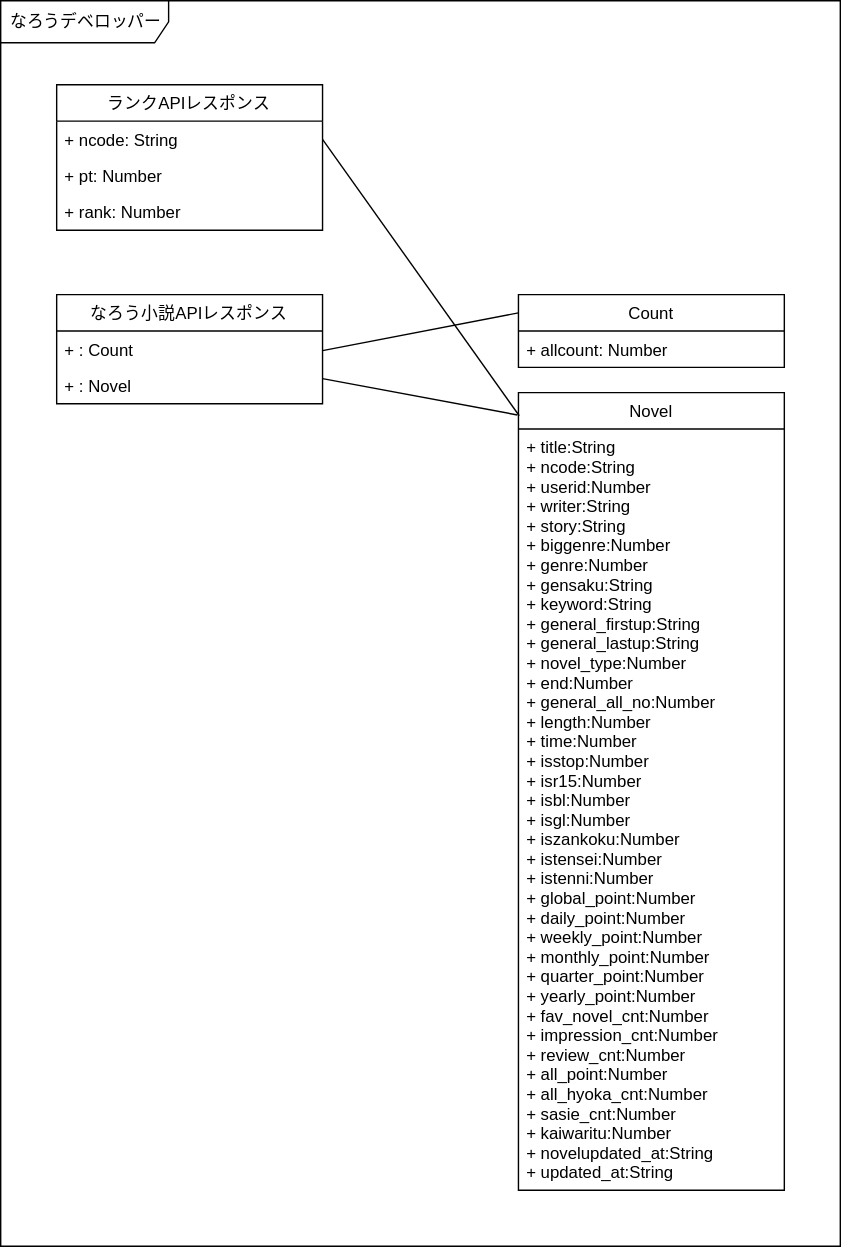
This is なろうデベロッパー.svg from k-irie/narou, a draw.io export, as it was before one commit. Source tidied: cells renumbered, new cells last; positions are measured from the earlier drawing's top-left corner, leaving out a move shared by most shapes. The source it was exported from:
```xml
<mxGraphModel>
  <root>
    <mxCell id="0" />
    <mxCell id="1" parent="0" />
    <mxCell id="2" value="なろうデベロッパー" style="shape=umlFrame;whiteSpace=wrap;html=1;width=120;height=30;boundedLbl=1;verticalAlign=middle;align=left;spacingLeft=5;" parent="1" vertex="1">
      <mxGeometry width="600" height="890" as="geometry" />
    </mxCell>
    <mxCell id="3" value="ランクAPIレスポンス" style="swimlane;fontStyle=0;horizontal=1;startSize=26;fillColor=none;" parent="1" vertex="1">
      <mxGeometry x="40" y="60" width="190" height="104" as="geometry" />
    </mxCell>
    <mxCell id="4" value="+ ncode: String" style="text;strokeColor=none;fillColor=none;align=left;verticalAlign=top;spacingLeft=4;spacingRight=4;overflow=hidden;points=[[0,0.5],[1,0.5]];portConstraint=eastwest;" parent="3" vertex="1">
      <mxGeometry y="26" width="190" height="26" as="geometry" />
    </mxCell>
    <mxCell id="5" value="+ pt: Number" style="text;strokeColor=none;fillColor=none;align=left;verticalAlign=top;spacingLeft=4;spacingRight=4;overflow=hidden;" parent="3" vertex="1">
      <mxGeometry y="52" width="190" height="26" as="geometry" />
    </mxCell>
    <mxCell id="6" value="+ rank: Number" style="text;strokeColor=none;fillColor=none;align=left;verticalAlign=top;spacingLeft=4;spacingRight=4;overflow=hidden;" parent="3" vertex="1">
      <mxGeometry y="78" width="190" height="26" as="geometry" />
    </mxCell>
    <mxCell id="7" value="なろう小説APIレスポンス" style="swimlane;fontStyle=0;horizontal=1;startSize=26;fillColor=none;" parent="1" vertex="1">
      <mxGeometry x="40" y="210" width="190" height="78" as="geometry" />
    </mxCell>
    <mxCell id="8" value="+ : Count" style="text;strokeColor=none;fillColor=none;align=left;verticalAlign=top;spacingLeft=4;spacingRight=4;overflow=hidden;points=[[0,0.5],[1,0.5]];portConstraint=eastwest;" parent="7" vertex="1">
      <mxGeometry y="26" width="190" height="26" as="geometry" />
    </mxCell>
    <mxCell id="9" value="+ : Novel" style="text;strokeColor=none;fillColor=none;align=left;verticalAlign=top;spacingLeft=4;spacingRight=4;overflow=hidden;points=[[0,0.5],[1,0.5]];portConstraint=eastwest;" parent="7" vertex="1">
      <mxGeometry y="52" width="190" height="26" as="geometry" />
    </mxCell>
    <mxCell id="10" value="Count" style="swimlane;fontStyle=0;horizontal=1;startSize=26;fillColor=none;" parent="1" vertex="1">
      <mxGeometry x="370" y="210" width="190" height="52" as="geometry" />
    </mxCell>
    <mxCell id="11" value="+ allcount: Number" style="text;strokeColor=none;fillColor=none;align=left;verticalAlign=top;spacingLeft=4;spacingRight=4;overflow=hidden;" parent="10" vertex="1">
      <mxGeometry y="26" width="190" height="26" as="geometry" />
    </mxCell>
    <mxCell id="12" value="Novel" style="swimlane;fontStyle=0;horizontal=1;startSize=26;fillColor=none;" parent="1" vertex="1">
      <mxGeometry x="370" y="280" width="190" height="570" as="geometry" />
    </mxCell>
    <mxCell id="13" value="+ title:String&#10;+ ncode:String&#10;+ userid:Number&#10;+ writer:String&#10;+ story:String&#10;+ biggenre:Number&#10;+ genre:Number&#10;+ gensaku:String&#10;+ keyword:String&#10;+ general_firstup:String&#10;+ general_lastup:String&#10;+ novel_type:Number&#10;+ end:Number&#10;+ general_all_no:Number&#10;+ length:Number&#10;+ time:Number&#10;+ isstop:Number&#10;+ isr15:Number&#10;+ isbl:Number&#10;+ isgl:Number&#10;+ iszankoku:Number&#10;+ istensei:Number&#10;+ istenni:Number&#10;+ global_point:Number&#10;+ daily_point:Number&#10;+ weekly_point:Number&#10;+ monthly_point:Number&#10;+ quarter_point:Number&#10;+ yearly_point:Number&#10;+ fav_novel_cnt:Number&#10;+ impression_cnt:Number&#10;+ review_cnt:Number&#10;+ all_point:Number&#10;+ all_hyoka_cnt:Number&#10;+ sasie_cnt:Number&#10;+ kaiwaritu:Number&#10;+ novelupdated_at:String&#10;+ updated_at:String&#10;" style="text;strokeColor=none;fillColor=none;align=left;verticalAlign=top;spacingLeft=4;spacingRight=4;overflow=hidden;" parent="12" vertex="1">
      <mxGeometry y="26" width="190" height="544" as="geometry" />
    </mxCell>
    <mxCell id="14" style="edgeStyle=none;html=1;entryX=0;entryY=0.25;entryDx=0;entryDy=0;endArrow=none;endFill=0;exitX=1;exitY=0.538;exitDx=0;exitDy=0;exitPerimeter=0;" parent="1" edge="1" source="8" target="10">
      <mxGeometry relative="1" as="geometry" />
    </mxCell>
    <mxCell id="15" style="edgeStyle=none;html=1;endArrow=none;endFill=0;entryX=-0.004;entryY=0.028;entryDx=0;entryDy=0;entryPerimeter=0;exitX=1;exitY=0.308;exitDx=0;exitDy=0;exitPerimeter=0;" parent="1" edge="1" source="9" target="12">
      <mxGeometry relative="1" as="geometry" />
    </mxCell>
    <mxCell id="16" style="edgeStyle=none;html=1;entryX=0.003;entryY=0.029;entryDx=0;entryDy=0;entryPerimeter=0;exitX=1;exitY=0.5;exitDx=0;exitDy=0;endArrow=none;endFill=0;" parent="1" edge="1" source="4" target="12">
      <mxGeometry relative="1" as="geometry" />
    </mxCell>
  </root>
</mxGraphModel>
```
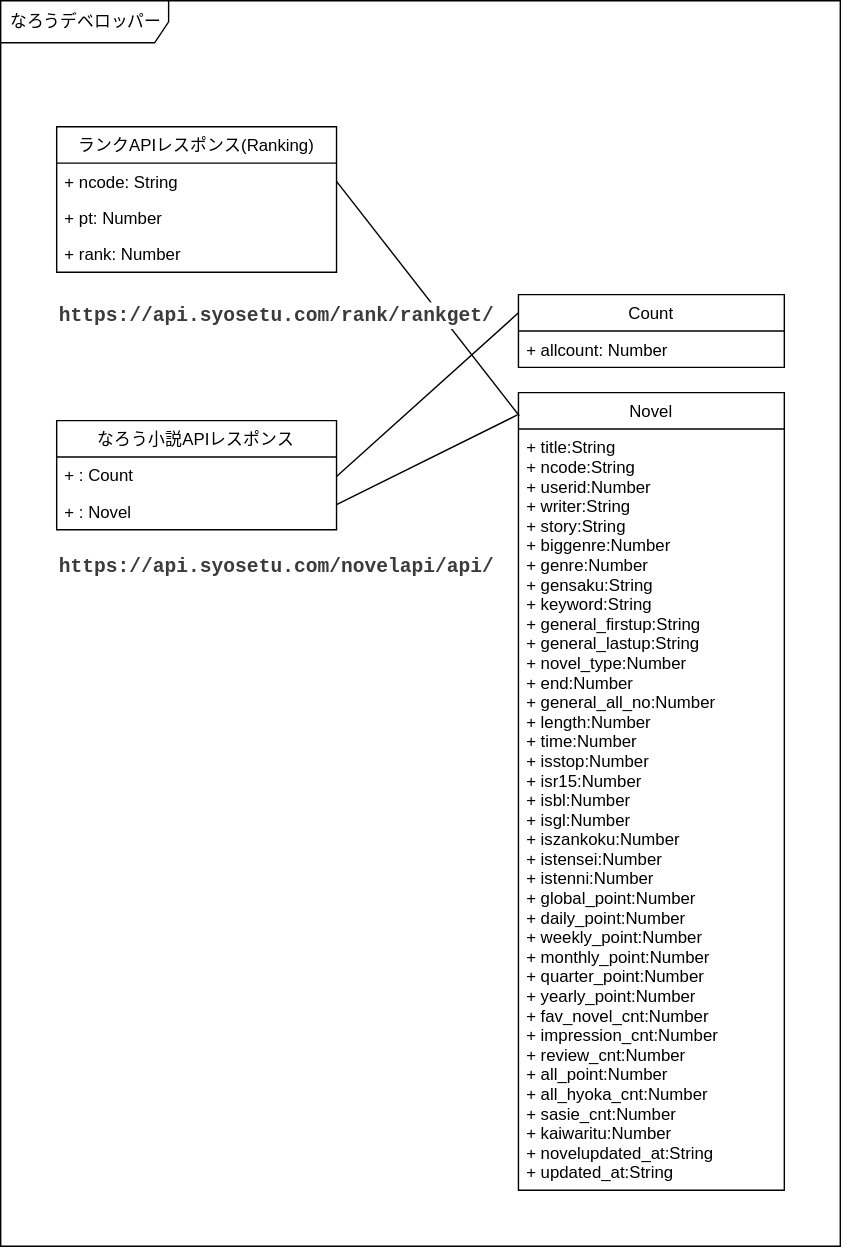
Above is the later version.

What changed in the source:
```diff
@@ -5,26 +5,26 @@
     <mxCell id="2" value="なろうデベロッパー" style="shape=umlFrame;whiteSpace=wrap;html=1;width=120;height=30;boundedLbl=1;verticalAlign=middle;align=left;spacingLeft=5;" parent="1" vertex="1">
       <mxGeometry width="600" height="890" as="geometry" />
     </mxCell>
-    <mxCell id="3" value="ランクAPIレスポンス" style="swimlane;fontStyle=0;horizontal=1;startSize=26;fillColor=none;" parent="1" vertex="1">
-      <mxGeometry x="40" y="60" width="190" height="104" as="geometry" />
+    <mxCell id="3" value="ランクAPIレスポンス(Ranking)" style="swimlane;fontStyle=0;horizontal=1;startSize=26;fillColor=none;" parent="1" vertex="1">
+      <mxGeometry x="40" y="90" width="200" height="104" as="geometry" />
     </mxCell>
     <mxCell id="4" value="+ ncode: String" style="text;strokeColor=none;fillColor=none;align=left;verticalAlign=top;spacingLeft=4;spacingRight=4;overflow=hidden;points=[[0,0.5],[1,0.5]];portConstraint=eastwest;" parent="3" vertex="1">
-      <mxGeometry y="26" width="190" height="26" as="geometry" />
+      <mxGeometry y="26" width="200" height="26" as="geometry" />
     </mxCell>
     <mxCell id="5" value="+ pt: Number" style="text;strokeColor=none;fillColor=none;align=left;verticalAlign=top;spacingLeft=4;spacingRight=4;overflow=hidden;" parent="3" vertex="1">
-      <mxGeometry y="52" width="190" height="26" as="geometry" />
+      <mxGeometry y="52" width="200" height="26" as="geometry" />
     </mxCell>
     <mxCell id="6" value="+ rank: Number" style="text;strokeColor=none;fillColor=none;align=left;verticalAlign=top;spacingLeft=4;spacingRight=4;overflow=hidden;" parent="3" vertex="1">
-      <mxGeometry y="78" width="190" height="26" as="geometry" />
+      <mxGeometry y="78" width="200" height="26" as="geometry" />
     </mxCell>
     <mxCell id="7" value="なろう小説APIレスポンス" style="swimlane;fontStyle=0;horizontal=1;startSize=26;fillColor=none;" parent="1" vertex="1">
-      <mxGeometry x="40" y="210" width="190" height="78" as="geometry" />
+      <mxGeometry x="40" y="300" width="200" height="78" as="geometry" />
     </mxCell>
     <mxCell id="8" value="+ : Count" style="text;strokeColor=none;fillColor=none;align=left;verticalAlign=top;spacingLeft=4;spacingRight=4;overflow=hidden;points=[[0,0.5],[1,0.5]];portConstraint=eastwest;" parent="7" vertex="1">
-      <mxGeometry y="26" width="190" height="26" as="geometry" />
+      <mxGeometry y="26" width="200" height="26" as="geometry" />
     </mxCell>
     <mxCell id="9" value="+ : Novel" style="text;strokeColor=none;fillColor=none;align=left;verticalAlign=top;spacingLeft=4;spacingRight=4;overflow=hidden;points=[[0,0.5],[1,0.5]];portConstraint=eastwest;" parent="7" vertex="1">
-      <mxGeometry y="52" width="190" height="26" as="geometry" />
+      <mxGeometry y="52" width="200" height="26" as="geometry" />
     </mxCell>
     <mxCell id="10" value="Count" style="swimlane;fontStyle=0;horizontal=1;startSize=26;fillColor=none;" parent="1" vertex="1">
       <mxGeometry x="370" y="210" width="190" height="52" as="geometry" />
@@ -47,5 +47,11 @@
     <mxCell id="16" style="edgeStyle=none;html=1;entryX=0.003;entryY=0.029;entryDx=0;entryDy=0;entryPerimeter=0;exitX=1;exitY=0.5;exitDx=0;exitDy=0;endArrow=none;endFill=0;" parent="1" edge="1" source="4" target="12">
       <mxGeometry relative="1" as="geometry" />
     </mxCell>
+    <mxCell id="17" value="&lt;div style=&quot;color: rgb(59, 59, 59); background-color: rgb(255, 255, 255); font-family: &amp;quot;Cascadia Code&amp;quot;, Consolas, &amp;quot;Courier New&amp;quot;, monospace, Consolas, &amp;quot;Courier New&amp;quot;, monospace; font-weight: bold; font-size: 14px; line-height: 19px;&quot;&gt;https://api.syosetu.com/rank/rankget/&lt;/div&gt;" style="text;html=1;align=left;verticalAlign=middle;strokeColor=none;fillColor=none;" parent="1" vertex="1">
+      <mxGeometry x="40" y="210" width="330" height="30" as="geometry" />
+    </mxCell>
+    <mxCell id="18" value="&lt;div style=&quot;color: rgb(59, 59, 59); background-color: rgb(255, 255, 255); font-family: &amp;quot;Cascadia Code&amp;quot;, Consolas, &amp;quot;Courier New&amp;quot;, monospace, Consolas, &amp;quot;Courier New&amp;quot;, monospace; font-weight: bold; font-size: 14px; line-height: 19px;&quot;&gt;&lt;div style=&quot;line-height: 19px;&quot;&gt;https://api.syosetu.com/novelapi/api/ &lt;/div&gt;&lt;/div&gt;" style="text;html=1;align=left;verticalAlign=middle;strokeColor=none;fillColor=none;" parent="1" vertex="1">
+      <mxGeometry x="40" y="390" width="330" height="30" as="geometry" />
+    </mxCell>
   </root>
 </mxGraphModel>
```
